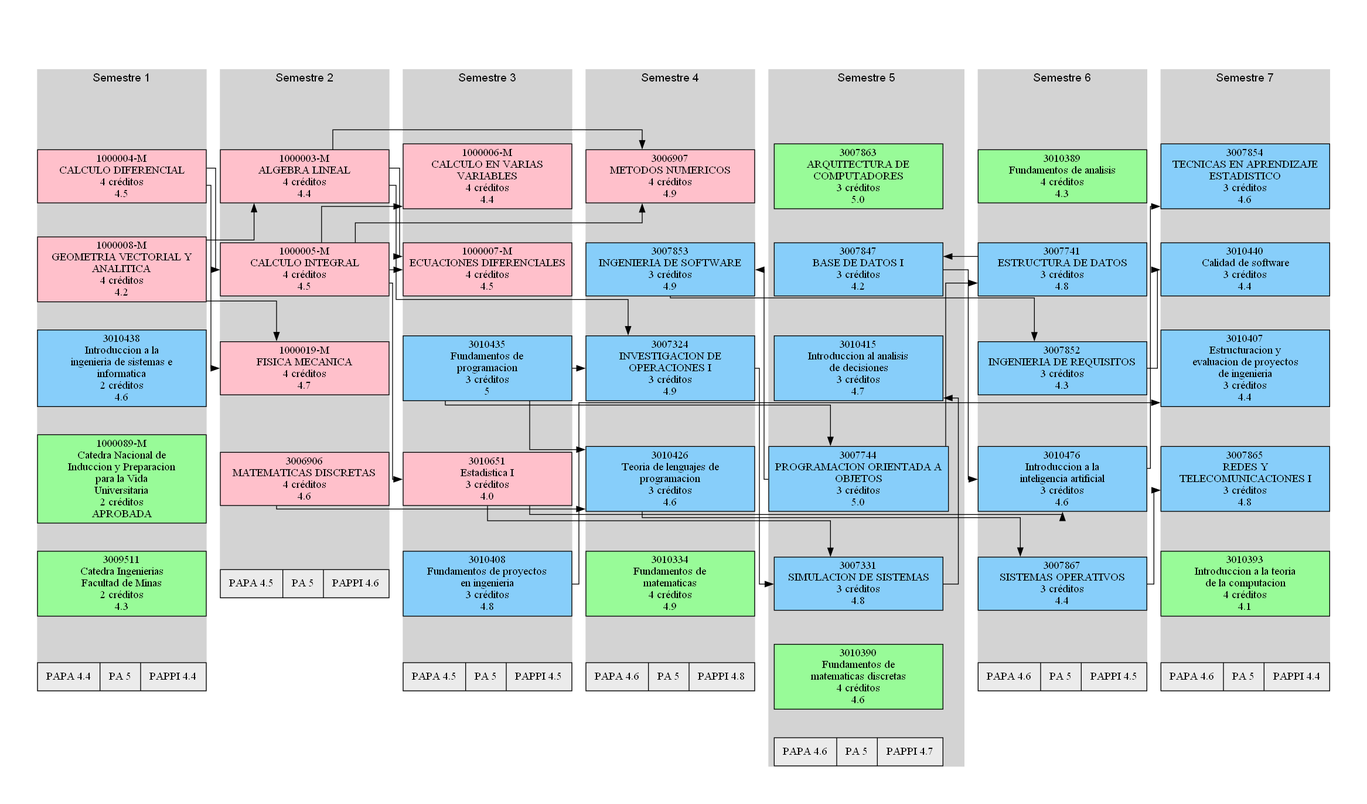
The Graphviz diagram codigo/asignatura_catalog/Digraph.gv.png in eporrasm/d-web, before a commit. Its source is kept beside it as codigo/asignatura_catalog/Digraph.gv.
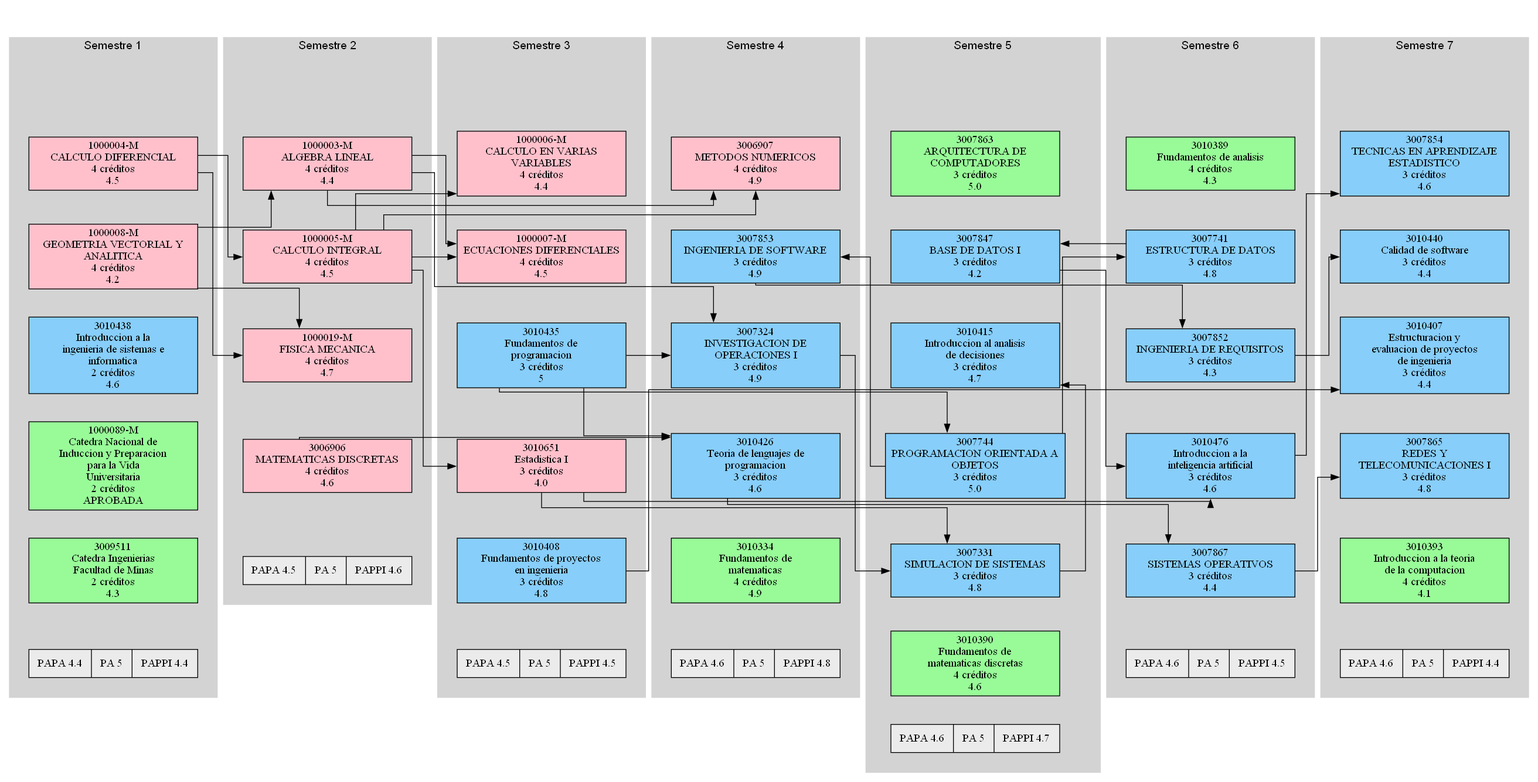
Above is the later version.

Diff of the diagram source:
```diff
@@ -1,6 +1,7 @@
 digraph {
-	graph [compound=true margin=0.5 splines=ortho]
+	graph [compound=true splines=ortho]
 	subgraph cluster_1 {
+		graph [margin=25]
 		node [shape=box style=filled width=3]
 		color=lightgrey fontname=Arial style=filled
 		label="Semestre 1"
@@ -41,6 +42,7 @@
 		3009511 -> "Promedio 1" [style=invis]
 	}
 	subgraph cluster_2 {
+		graph [margin=25]
 		node [shape=box style=filled width=3]
 		color=lightgrey fontname=Arial style=filled
 		label="Semestre 2"
@@ -69,6 +71,7 @@
 		3006906 -> "Promedio 2" [style=invis]
 	}
 	subgraph cluster_3 {
+		graph [margin=25]
 		node [shape=box style=filled width=3]
 		color=lightgrey fontname=Arial style=filled
 		label="Semestre 3"
@@ -105,6 +108,7 @@
 		3010408 -> "Promedio 3" [style=invis]
 	}
 	subgraph cluster_4 {
+		graph [margin=25]
 		node [shape=box style=filled width=3]
 		color=lightgrey fontname=Arial style=filled
 		label="Semestre 4"
@@ -141,6 +145,7 @@
 		3010334 -> "Promedio 4" [style=invis]
 	}
 	subgraph cluster_5 {
+		graph [margin=25]
 		node [shape=box style=filled width=3]
 		color=lightgrey fontname=Arial style=filled
 		label="Semestre 5"
@@ -183,6 +188,7 @@
 		3010390 -> "Promedio 5" [style=invis]
 	}
 	subgraph cluster_6 {
+		graph [margin=25]
 		node [shape=box style=filled width=3]
 		color=lightgrey fontname=Arial style=filled
 		label="Semestre 6"
@@ -217,6 +223,7 @@
 		3007867 -> "Promedio 6" [style=invis]
 	}
 	subgraph cluster_7 {
+		graph [margin=25]
 		node [shape=box style=filled width=3]
 		color=lightgrey fontname=Arial style=filled
 		label="Semestre 7"
```
